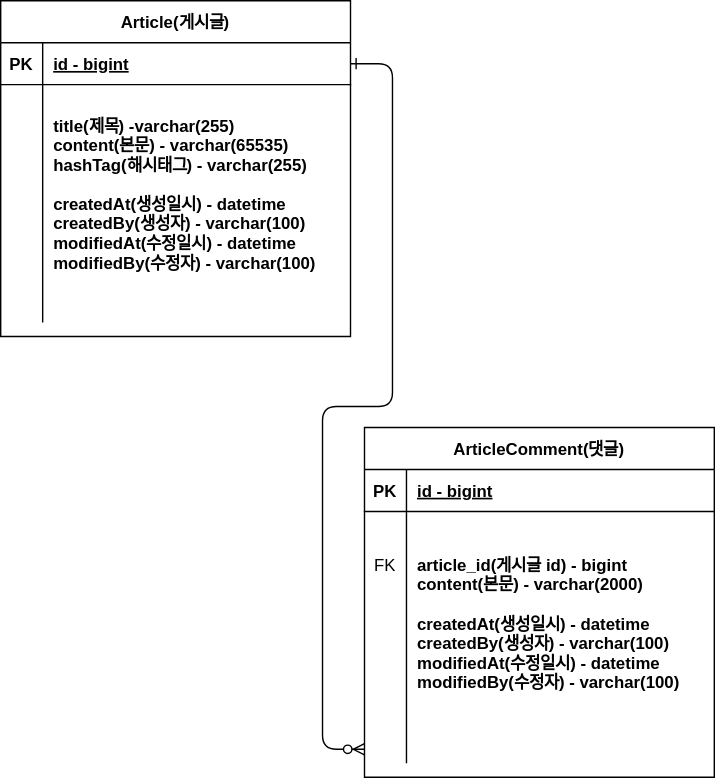
Before: document/project-board-erd.svg, a diagram exported from draw.io (DongGonJeong/dk-project-board). Source tidied: cells renumbered, new cells last; positions are measured from the earlier drawing's top-left corner, leaving out a move shared by most shapes.
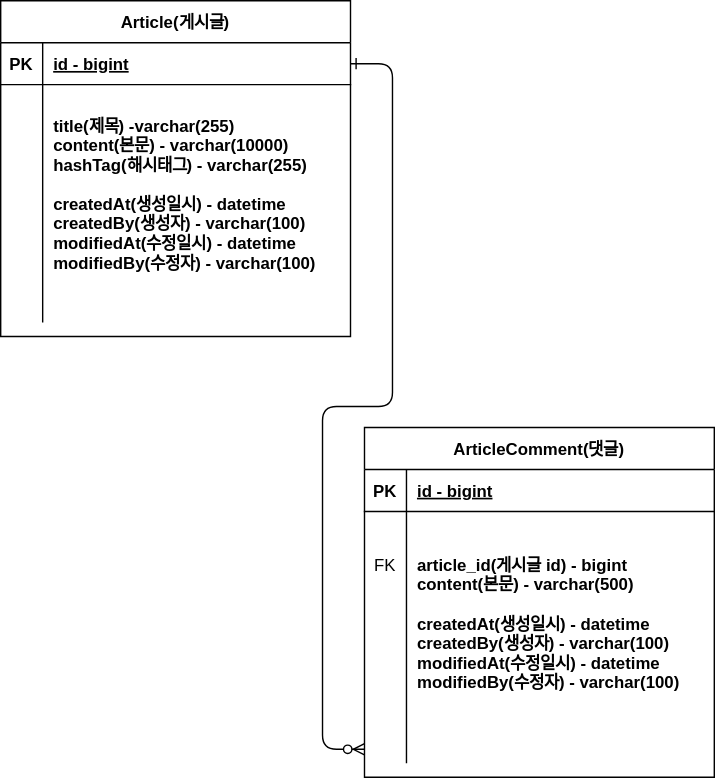
Later version of the same file.

Commit message:
#10 -erd 업데이트: content 사이즈 변경

The edit, as a diff of the source:
```diff
@@ -23,7 +23,7 @@
     <mxCell id="8" value="FK&#10;&#10;&#10;&#10;&#10;&#10;" style="shape=partialRectangle;overflow=hidden;fillColor=none;top=0;left=0;bottom=0;right=0;" parent="7" vertex="1">
       <mxGeometry width="30" height="160" as="geometry" />
     </mxCell>
-    <mxCell id="9" value="&#10;article_id(게시글 id) - bigint&#10;content(본문) - varchar(2000)&#10;&#10;createdAt(생성일시) - datetime&#10;createdBy(생성자) - varchar(100)&#10;modifiedAt(수정일시) - datetime&#10;modifiedBy(수정자) - varchar(100)&#10;" style="shape=partialRectangle;overflow=hidden;fillColor=none;top=0;left=0;bottom=0;right=0;align=left;spacingLeft=6;fontStyle=1;" parent="7" vertex="1">
+    <mxCell id="9" value="&#10;article_id(게시글 id) - bigint&#10;content(본문) - varchar(500)&#10;&#10;createdAt(생성일시) - datetime&#10;createdBy(생성자) - varchar(100)&#10;modifiedAt(수정일시) - datetime&#10;modifiedBy(수정자) - varchar(100)&#10;" style="shape=partialRectangle;overflow=hidden;fillColor=none;top=0;left=0;bottom=0;right=0;align=left;spacingLeft=6;fontStyle=1;" parent="7" vertex="1">
       <mxGeometry x="30" width="220" height="160" as="geometry" />
     </mxCell>
     <mxCell id="10" style="shape=partialRectangle;fillColor=none;points=[[0,0.5],[1,0.5]];portConstraint=eastwest;top=0;left=0;right=0;bottom=0;" parent="3" vertex="1">
@@ -53,7 +53,7 @@
     <mxCell id="18" style="shape=partialRectangle;overflow=hidden;fillColor=none;top=0;left=0;bottom=0;right=0;" parent="17" vertex="1">
       <mxGeometry width="30" height="170" as="geometry" />
     </mxCell>
-    <mxCell id="19" value="&#10;title(제목) -varchar(255)&#10;content(본문) - varchar(65535)&#10;hashTag(해시태그) - varchar(255)&#10;&#10;createdAt(생성일시) - datetime&#10;createdBy(생성자) - varchar(100)&#10;modifiedAt(수정일시) - datetime&#10;modifiedBy(수정자) - varchar(100)&#10;&#10;" style="shape=partialRectangle;overflow=hidden;fillColor=none;top=0;left=0;bottom=0;right=0;align=left;spacingLeft=6;fontStyle=1;" parent="17" vertex="1">
+    <mxCell id="19" value="&#10;title(제목) -varchar(255)&#10;content(본문) - varchar(10000)&#10;hashTag(해시태그) - varchar(255)&#10;&#10;createdAt(생성일시) - datetime&#10;createdBy(생성자) - varchar(100)&#10;modifiedAt(수정일시) - datetime&#10;modifiedBy(수정자) - varchar(100)&#10;&#10;" style="shape=partialRectangle;overflow=hidden;fillColor=none;top=0;left=0;bottom=0;right=0;align=left;spacingLeft=6;fontStyle=1;" parent="17" vertex="1">
       <mxGeometry x="30" width="220" height="170" as="geometry" />
     </mxCell>
   </root>
```
